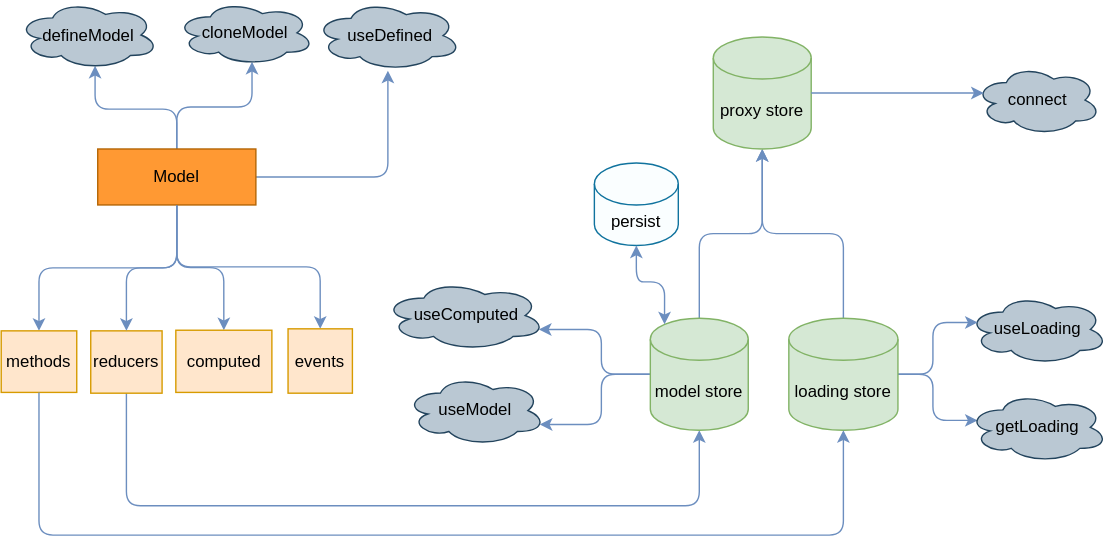
Above: docs/mindMap.svg in foca-js/foca (draw.io), before the change. Source tidied: cells renumbered, new cells last; positions are measured from the earlier drawing's top-left corner, leaving out a move shared by most shapes.
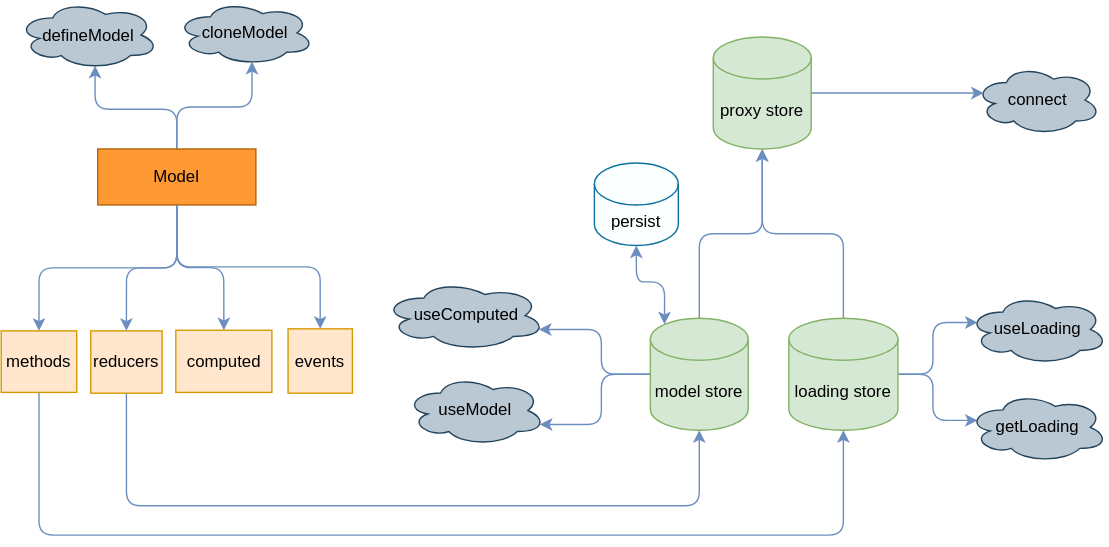
Later version of the same file.

Diff of the diagram source:
```diff
@@ -28,9 +28,6 @@
     <mxCell id="8" style="edgeStyle=orthogonalEdgeStyle;rounded=1;jettySize=auto;html=1;entryX=0.5;entryY=0;entryDx=0;entryDy=0;exitX=0.5;exitY=1;exitDx=0;exitDy=0;fillColor=#dae8fc;strokeColor=#6c8ebf;" parent="1" edge="1" source="10" target="12">
       <mxGeometry relative="1" as="geometry" />
     </mxCell>
-    <mxCell id="9" style="edgeStyle=orthogonalEdgeStyle;jettySize=auto;html=1;rounded=1;fillColor=#dae8fc;strokeColor=#6c8ebf;" parent="1" edge="1" source="10" target="35">
-      <mxGeometry relative="1" as="geometry" />
-    </mxCell>
     <mxCell id="10" value="Model" style="rounded=0;whiteSpace=wrap;html=1;fillColor=#FF9933;strokeColor=#b46504;shadow=0;" parent="1" vertex="1">
       <mxGeometry x="69" y="106" width="113" height="40" as="geometry" />
     </mxCell>
@@ -132,8 +129,5 @@
     <mxCell id="34" style="endArrow=classic;startArrow=classic;html=1;rounded=1;edgeStyle=orthogonalEdgeStyle;entryX=0.5;entryY=1;entryDx=0;entryDy=0;entryPerimeter=0;exitX=0.145;exitY=0;exitDx=0;exitDy=4.35;exitPerimeter=0;fillColor=#dae8fc;strokeColor=#6c8ebf;" parent="1" edge="1" source="22" target="30">
       <mxGeometry relative="1" as="geometry" />
     </mxCell>
-    <mxCell id="35" value="&amp;nbsp;useDefined&lt;br&gt;" style="ellipse;shape=cloud;whiteSpace=wrap;html=1;fillColor=#bac8d3;strokeColor=#23445d;" parent="1" vertex="1">
-      <mxGeometry x="223.8" width="105.2" height="50" as="geometry" />
-    </mxCell>
   </root>
 </mxGraphModel>
```
